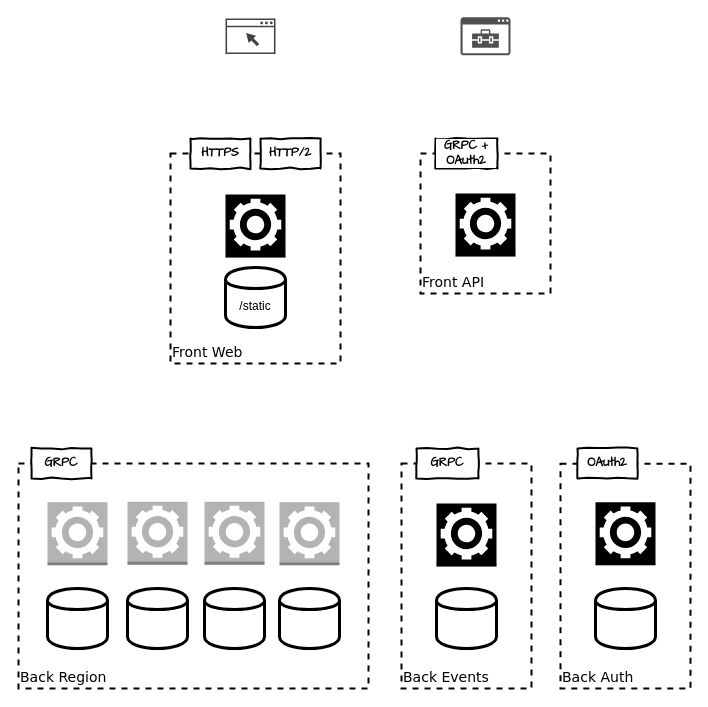
The draw.io diagram docs/system-architecture.drawio in wahello/hegemonie, before the edit. Source tidied: cells renumbered, new cells numbered last; positions are measured from the earlier drawing's top-left corner, leaving out a move shared by most shapes. Both pictures are drawn from the tidied source at 100%, with x=0, y=0 at pixel (18, 17).
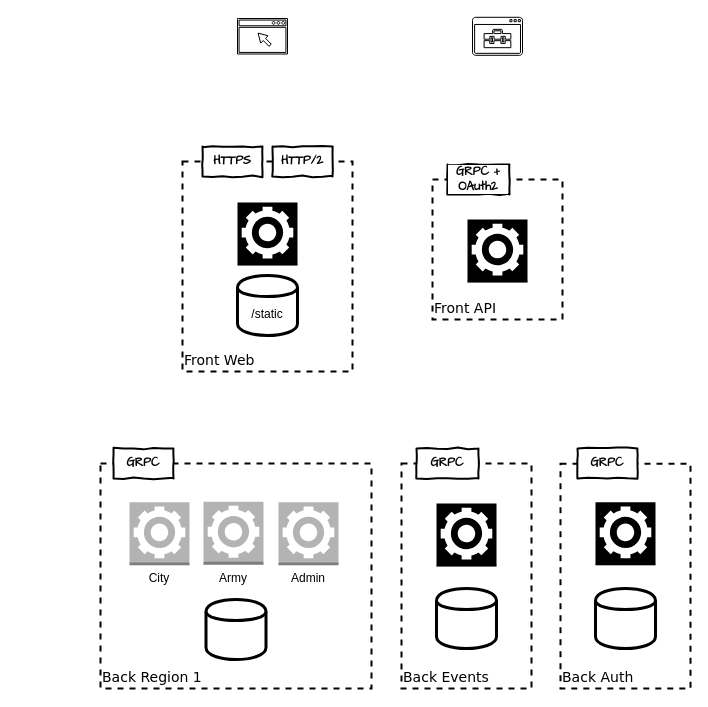
After the change.

The edit, as a diff of the source:
```diff
@@
-    <mxCell id="2" value="&lt;div&gt;Back Region&lt;/div&gt;" style="rounded=0;whiteSpace=wrap;html=1;dashed=1;verticalAlign=bottom;align=left;strokeWidth=2;fontSize=14;fontFamily=Verdana;" parent="1" vertex="1">
-      <mxGeometry y="446" width="350" height="225" as="geometry" />
+    <mxCell id="2" value="&lt;div&gt;Back Region 1&lt;/div&gt;" style="rounded=0;whiteSpace=wrap;html=1;dashed=1;verticalAlign=bottom;align=left;strokeWidth=2;fontSize=14;fontFamily=Verdana;" parent="1" vertex="1">
+      <mxGeometry x="82" y="446" width="271" height="225" as="geometry" />
     </mxCell>
     <mxCell id="3" value="Front API" style="rounded=0;whiteSpace=wrap;html=1;dashed=1;verticalAlign=bottom;align=left;strokeWidth=2;fontSize=14;fontFamily=Verdana;" parent="1" vertex="1">
-      <mxGeometry x="402" y="136" width="130" height="140" as="geometry" />
+      <mxGeometry x="414" y="162" width="130" height="140" as="geometry" />
     </mxCell>
     <mxCell id="4" value="Front Web" style="rounded=0;whiteSpace=wrap;html=1;dashed=1;verticalAlign=bottom;align=left;strokeWidth=2;fontSize=14;fontFamily=Verdana;" parent="1" vertex="1">
-      <mxGeometry x="152" y="136" width="170" height="210" as="geometry" />
+      <mxGeometry x="164" y="144" width="170" height="210" as="geometry" />
     </mxCell>
@@
-    <mxCell id="7" style="shape=cylinder;whiteSpace=wrap;html=1;boundedLbl=1;backgroundOutline=1;labelBackgroundColor=#FFFFFF;strokeColor=#000000;fillColor=#FFFFFF;fontColor=#000000;align=center;strokeWidth=3;" parent="1" vertex="1">
-      <mxGeometry x="109" y="571" width="60" height="60" as="geometry" />
-    </mxCell>
-    <mxCell id="8" style="shape=cylinder;whiteSpace=wrap;html=1;boundedLbl=1;backgroundOutline=1;labelBackgroundColor=#FFFFFF;strokeColor=#000000;fillColor=#FFFFFF;fontColor=#000000;align=center;strokeWidth=3;" parent="1" vertex="1">
-      <mxGeometry x="261" y="571" width="60" height="60" as="geometry" />
-    </mxCell>
     <mxCell id="9" style="outlineConnect=0;dashed=0;verticalLabelPosition=bottom;verticalAlign=top;align=center;html=1;shape=mxgraph.aws3.worker;fillColor=#B3B3B3;gradientColor=none;strokeColor=#000000;fontColor=#B3B3B3;" parent="1" vertex="1">
-      <mxGeometry x="29" y="484.8" width="60" height="63" as="geometry" />
+      <mxGeometry x="111" y="484.8" width="60" height="63" as="geometry" />
     </mxCell>
-    <mxCell id="10" style="dashed=0;verticalLabelPosition=bottom;verticalAlign=top;align=center;html=1;shape=mxgraph.aws3.worker;fillColor=#B3B3B3;gradientColor=none;strokeColor=#000000;fontColor=#B3B3B3;" parent="1" vertex="1">
-      <mxGeometry x="109" y="484.2" width="60" height="63" as="geometry" />
-    </mxCell>
     <mxCell id="11" style="dashed=0;verticalLabelPosition=bottom;verticalAlign=top;align=center;html=1;shape=mxgraph.aws3.worker;fillColor=#B3B3B3;gradientColor=none;strokeColor=#000000;fontColor=#B3B3B3;" parent="1" vertex="1">
-      <mxGeometry x="186" y="484.2" width="60" height="63" as="geometry" />
+      <mxGeometry x="185" y="484.2" width="60" height="63" as="geometry" />
     </mxCell>
     <mxCell id="12" style="dashed=0;verticalLabelPosition=bottom;verticalAlign=top;align=center;html=1;shape=mxgraph.aws3.worker;fillColor=#B3B3B3;gradientColor=none;strokeColor=#000000;fontColor=#B3B3B3;" parent="1" vertex="1">
-      <mxGeometry x="261" y="484.8" width="60" height="63" as="geometry" />
+      <mxGeometry x="260" y="484.8" width="60" height="63" as="geometry" />
     </mxCell>
@@
     <mxCell id="14" value="/static" style="shape=cylinder;whiteSpace=wrap;html=1;boundedLbl=1;backgroundOutline=1;labelBackgroundColor=#FFFFFF;strokeColor=#000000;fillColor=#FFFFFF;fontColor=#000000;align=center;strokeWidth=3;" parent="1" vertex="1">
-      <mxGeometry x="207" y="250" width="60" height="60" as="geometry" />
+      <mxGeometry x="219" y="258" width="60" height="60" as="geometry" />
     </mxCell>
     <mxCell id="15" style="dashed=0;verticalLabelPosition=bottom;verticalAlign=top;align=center;html=1;shape=mxgraph.aws3.worker;fillColor=#000000;gradientColor=none;strokeColor=#000000;" parent="1" vertex="1">
-      <mxGeometry x="437" y="176" width="60" height="63" as="geometry" />
+      <mxGeometry x="449" y="202" width="60" height="63" as="geometry" />
     </mxCell>
     <mxCell id="16" value="HTTPS" style="html=1;whiteSpace=wrap;comic=1;strokeWidth=2;fontFamily=Comic Sans MS;fontStyle=1;labelBackgroundColor=#FFFFFF;fillColor=#FFFFFF;align=center;" parent="1" vertex="1">
-      <mxGeometry x="172" y="121" width="60" height="30" as="geometry" />
+      <mxGeometry x="184" y="129" width="60" height="30" as="geometry" />
     </mxCell>
     <mxCell id="17" value="HTTP/2" style="html=1;whiteSpace=wrap;comic=1;strokeWidth=2;fontFamily=Comic Sans MS;fontStyle=1;labelBackgroundColor=#FFFFFF;fillColor=#FFFFFF;align=center;" parent="1" vertex="1">
-      <mxGeometry x="242" y="121" width="60" height="30" as="geometry" />
+      <mxGeometry x="254" y="129" width="60" height="30" as="geometry" />
     </mxCell>
     <mxCell id="18" value="GRPC + OAuth2" style="html=1;whiteSpace=wrap;comic=1;strokeWidth=2;fontFamily=Comic Sans MS;fontStyle=1;labelBackgroundColor=#FFFFFF;fillColor=#FFFFFF;align=center;" parent="1" vertex="1">
-      <mxGeometry x="417" y="121" width="62" height="30" as="geometry" />
+      <mxGeometry x="429" y="147" width="62" height="30" as="geometry" />
     </mxCell>
-    <mxCell id="19" value="OAuth2" style="html=1;whiteSpace=wrap;comic=1;strokeWidth=2;fontFamily=Comic Sans MS;fontStyle=1;labelBackgroundColor=#FFFFFF;fillColor=#FFFFFF;align=center;" parent="1" vertex="1">
+    <mxCell id="19" value="GRPC" style="html=1;whiteSpace=wrap;comic=1;strokeWidth=2;fontFamily=Comic Sans MS;fontStyle=1;labelBackgroundColor=#FFFFFF;fillColor=#FFFFFF;align=center;" parent="1" vertex="1">
       <mxGeometry x="559" y="431" width="60" height="30" as="geometry" />
     </mxCell>
     <mxCell id="20" value="GRPC" style="html=1;whiteSpace=wrap;comic=1;strokeWidth=2;fontFamily=Comic Sans MS;fontStyle=1;labelBackgroundColor=#FFFFFF;fillColor=#FFFFFF;align=center;" parent="1" vertex="1">
-      <mxGeometry x="13" y="431" width="60" height="30" as="geometry" />
+      <mxGeometry x="95" y="431" width="60" height="30" as="geometry" />
     </mxCell>
     <mxCell id="21" style="dashed=0;verticalLabelPosition=bottom;verticalAlign=top;align=center;html=1;shape=mxgraph.aws3.worker;fillColor=#000000;gradientColor=none;strokeColor=#000000;" parent="1" vertex="1">
-      <mxGeometry x="207" y="177" width="60" height="63" as="geometry" />
+      <mxGeometry x="219" y="185" width="60" height="63" as="geometry" />
     </mxCell>
@@
-    <mxCell id="24" style="shadow=0;dashed=0;html=1;strokeColor=none;fillColor=#434445;labelPosition=center;verticalLabelPosition=bottom;verticalAlign=top;align=center;shape=mxgraph.vvd.web_browser;labelBackgroundColor=#ffffff;fontFamily=Verdana;fontSize=14;fontColor=#000000;" parent="1" vertex="1">
-      <mxGeometry x="207" y="1" width="50" height="35.5" as="geometry" />
+    <mxCell id="24" style="shadow=0;dashed=0;html=1;labelPosition=center;verticalLabelPosition=bottom;verticalAlign=top;align=center;shape=mxgraph.vvd.web_browser;labelBackgroundColor=#ffffff;fontFamily=Verdana;fontSize=14;" parent="1" vertex="1">
+      <mxGeometry x="219" y="1" width="50" height="35.5" as="geometry" />
     </mxCell>
-    <mxCell id="25" style="shadow=0;dashed=0;html=1;strokeColor=none;labelPosition=center;verticalLabelPosition=bottom;verticalAlign=top;align=center;fillColor=#505050;shape=mxgraph.mscae.intune.intune_managed_app;labelBackgroundColor=#ffffff;fontFamily=Verdana;fontSize=14;fontColor=#000000;" parent="1" vertex="1">
-      <mxGeometry x="442" y="-0.2" width="50" height="38" as="geometry" />
+    <mxCell id="25" style="shadow=0;dashed=0;html=1;labelPosition=center;verticalLabelPosition=bottom;verticalAlign=top;align=center;shape=mxgraph.mscae.intune.intune_managed_app;labelBackgroundColor=#ffffff;fontFamily=Verdana;fontSize=14;" parent="1" vertex="1">
+      <mxGeometry x="454" y="-0.2" width="50" height="38" as="geometry" />
     </mxCell>
     <mxCell id="26" style="shape=cylinder;whiteSpace=wrap;html=1;boundedLbl=1;backgroundOutline=1;labelBackgroundColor=#FFFFFF;strokeColor=#000000;fillColor=#FFFFFF;fontColor=#000000;align=center;strokeWidth=3;" parent="1" vertex="1">
-      <mxGeometry x="29" y="571" width="60" height="60" as="geometry" />
+      <mxGeometry x="187.5" y="582" width="60" height="60" as="geometry" />
     </mxCell>
-    <mxCell id="27" style="shape=cylinder;whiteSpace=wrap;html=1;boundedLbl=1;backgroundOutline=1;labelBackgroundColor=#FFFFFF;strokeColor=#000000;fillColor=#FFFFFF;fontColor=#000000;align=center;strokeWidth=3;" parent="1" vertex="1">
-      <mxGeometry x="186" y="571" width="60" height="60" as="geometry" />
-    </mxCell>
@@
+    <mxCell id="31" value="City" style="text;html=1;strokeColor=none;fillColor=none;align=center;verticalAlign=middle;whiteSpace=wrap;rounded=0;" parent="1" vertex="1">
+      <mxGeometry x="121" y="551" width="40" height="20" as="geometry" />
+    </mxCell>
+    <mxCell id="32" value="Admin" style="text;html=1;strokeColor=none;fillColor=none;align=center;verticalAlign=middle;whiteSpace=wrap;rounded=0;" parent="1" vertex="1">
+      <mxGeometry x="270" y="551" width="40" height="20" as="geometry" />
+    </mxCell>
+    <mxCell id="33" value="Army" style="text;html=1;strokeColor=none;fillColor=none;align=center;verticalAlign=middle;whiteSpace=wrap;rounded=0;" parent="1" vertex="1">
+      <mxGeometry x="195" y="551" width="40" height="20" as="geometry" />
+    </mxCell>
```
